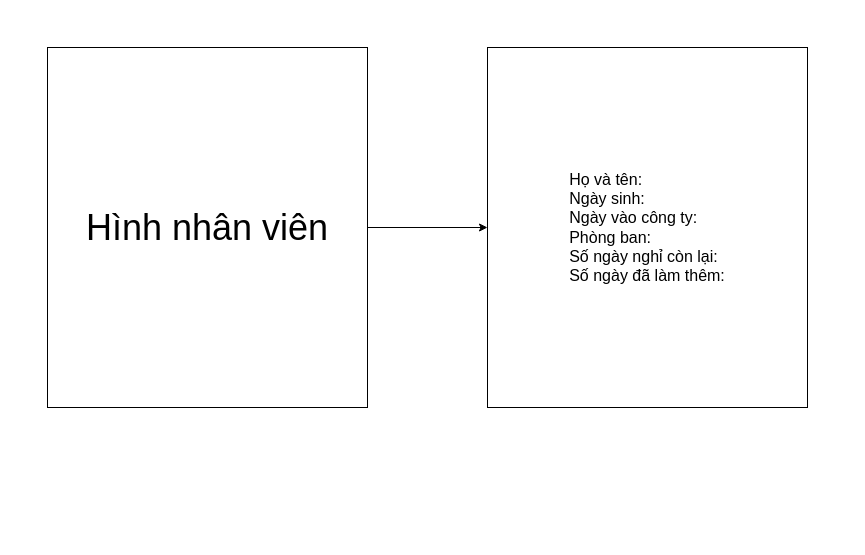
Before: page "Chi tiết Nhân viên" (4 of 4) of src/ASM2.drawio in lenhanhao209/FUNIX-ASM-REACT, a draw.io diagram. Source tidied: cells renumbered, new cells numbered last; positions are measured from the earlier drawing's top-left corner, leaving out a move shared by most shapes. Both pictures are drawn from the tidied source at 100%, with x=0, y=0 at pixel (47, 47).
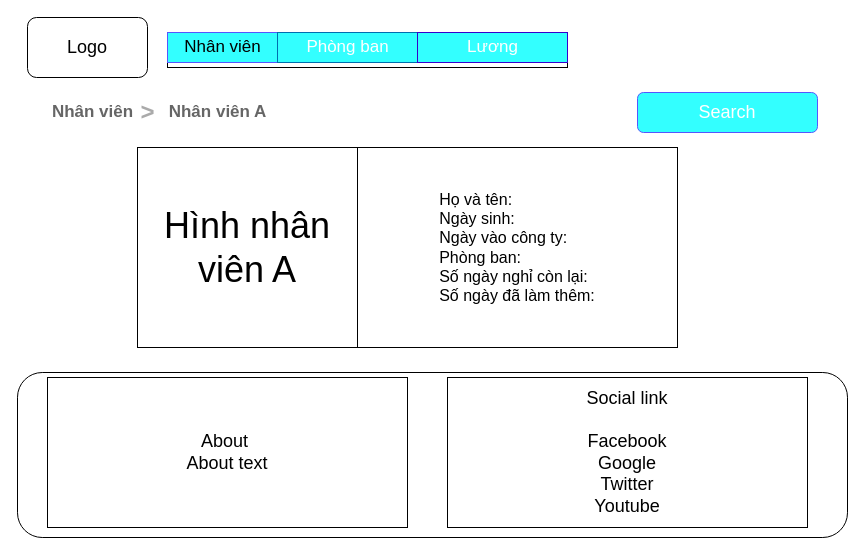
The same page after the edit.

Change to the diagram source:
```diff
@@
-    <mxCell id="2" style="edgeStyle=none;html=1;exitX=1;exitY=0.5;exitDx=0;exitDy=0;entryX=0;entryY=0.5;entryDx=0;entryDy=0;fontSize=18;" parent="1" edge="1" source="3" target="4">
-      <mxGeometry relative="1" as="geometry" />
-    </mxCell>
-    <mxCell id="3" value="&lt;font style=&quot;font-size: 36px&quot;&gt;Hình nhân viên&lt;/font&gt;" style="rounded=0;whiteSpace=wrap;html=1;" parent="1" vertex="1">
-      <mxGeometry width="320" height="360" as="geometry" />
+    <mxCell id="3" value="&lt;font style=&quot;font-size: 36px&quot;&gt;Hình nhân viên A&lt;/font&gt;" style="rounded=0;whiteSpace=wrap;html=1;" parent="1" vertex="1">
+      <mxGeometry x="90" y="100" width="220" height="200" as="geometry" />
     </mxCell>
     <mxCell id="4" value="&lt;div style=&quot;text-align: left&quot;&gt;&lt;span style=&quot;font-size: medium&quot;&gt;Họ và tên:&lt;/span&gt;&lt;/div&gt;&lt;font size=&quot;3&quot;&gt;&lt;div style=&quot;text-align: left&quot;&gt;&lt;span&gt;Ngày sinh:&lt;/span&gt;&lt;/div&gt;&lt;div style=&quot;text-align: left&quot;&gt;&lt;span&gt;Ngày vào công ty:&lt;/span&gt;&lt;/div&gt;&lt;div style=&quot;text-align: left&quot;&gt;&lt;span&gt;Phòng ban:&lt;/span&gt;&lt;/div&gt;&lt;div style=&quot;text-align: left&quot;&gt;&lt;span&gt;Số ngày nghỉ còn lại:&lt;/span&gt;&lt;/div&gt;&lt;div style=&quot;text-align: left&quot;&gt;&lt;span&gt;Số ngày đã làm thêm:&lt;/span&gt;&lt;/div&gt;&lt;/font&gt;" style="rounded=0;whiteSpace=wrap;html=1;" parent="1" vertex="1">
-      <mxGeometry x="440" width="320" height="360" as="geometry" />
+      <mxGeometry x="310" y="100" width="320" height="200" as="geometry" />
     </mxCell>
+    <mxCell id="5" style="edgeStyle=none;html=1;fontSize=18;fontColor=#FFFFFF;" parent="1" edge="1">
+      <mxGeometry relative="1" as="geometry">
+        <mxPoint x="220" y="355" as="sourcePoint" />
+        <mxPoint x="220" y="355" as="targetPoint" />
+      </mxGeometry>
+    </mxCell>
+    <mxCell id="6" style="edgeStyle=none;html=1;fontSize=18;fontColor=#FFFFFF;" parent="1" edge="1">
+      <mxGeometry relative="1" as="geometry">
+        <mxPoint x="220" y="370" as="sourcePoint" />
+        <mxPoint x="220" y="370" as="targetPoint" />
+      </mxGeometry>
+    </mxCell>
+    <mxCell id="7" style="edgeStyle=none;html=1;fontSize=18;fontColor=#FFFFFF;" parent="1" edge="1">
+      <mxGeometry relative="1" as="geometry">
+        <mxPoint x="220" y="355" as="sourcePoint" />
+        <mxPoint x="220" y="355" as="targetPoint" />
+      </mxGeometry>
+    </mxCell>
+    <mxCell id="8" value="Logo" style="rounded=1;whiteSpace=wrap;html=1;fontSize=18;" parent="1" vertex="1">
+      <mxGeometry x="-20" y="-30" width="120" height="60" as="geometry" />
+    </mxCell>
+    <mxCell id="9" style="strokeWidth=1;shadow=0;dashed=0;align=center;html=1;shape=mxgraph.mockup.forms.rrect;rSize=0;fontSize=18;gradientColor=none;" parent="1" vertex="1">
+      <mxGeometry x="120" y="-15" width="400" height="35" as="geometry" />
+    </mxCell>
+    <mxCell id="10" value="Nhân viên" style="fillColor=#33FFFF;strokeWidth=1;shadow=0;dashed=0;align=center;html=1;shape=mxgraph.mockup.forms.rrect;rSize=0;fontSize=17;strokeColor=#5656FC;" parent="9" vertex="1">
+      <mxGeometry width="110" height="30" as="geometry" />
+    </mxCell>
+    <mxCell id="11" value="Phòng ban" style="strokeColor=#006EAF;fillColor=#33FFFF;strokeWidth=1;shadow=0;dashed=0;align=center;html=1;shape=mxgraph.mockup.forms.rrect;rSize=0;fontSize=17;fontColor=#ffffff;" parent="9" vertex="1">
+      <mxGeometry x="110" width="140" height="30" as="geometry" />
+    </mxCell>
+    <mxCell id="12" value="Lương" style="strokeColor=#3700CC;fillColor=#33FFFF;strokeWidth=1;shadow=0;dashed=0;align=center;html=1;shape=mxgraph.mockup.forms.rrect;rSize=0;fontSize=17;fontColor=#ffffff;" parent="9" vertex="1">
+      <mxGeometry x="250" width="150" height="30" as="geometry" />
+    </mxCell>
+    <mxCell id="13" style="edgeStyle=none;html=1;fontSize=18;" parent="9" edge="1" target="9">
+      <mxGeometry relative="1" as="geometry">
+        <mxPoint x="400" y="15" as="sourcePoint" />
+      </mxGeometry>
+    </mxCell>
+    <mxCell id="14" value="Nhân viên" style="strokeWidth=1;shadow=0;dashed=0;align=center;html=1;shape=mxgraph.mockup.navigation.anchor;fontSize=17;fontColor=#666666;fontStyle=1;fillColor=#33FFFF;" parent="1" vertex="1">
+      <mxGeometry y="50" width="90" height="30" as="geometry" />
+    </mxCell>
+    <mxCell id="15" value="&gt;" style="strokeWidth=1;shadow=0;dashed=0;align=center;html=1;shape=mxgraph.mockup.navigation.anchor;fontSize=24;fontColor=#aaaaaa;fontStyle=1;fillColor=#33FFFF;" parent="1" vertex="1">
+      <mxGeometry x="90" y="50" width="20" height="30" as="geometry" />
+    </mxCell>
+    <mxCell id="16" value="Search" style="rounded=1;whiteSpace=wrap;html=1;fontSize=18;fontColor=#FFFFFF;strokeColor=#5656FC;fillColor=#33FFFF;" parent="1" vertex="1">
+      <mxGeometry x="590" y="45" width="180" height="40" as="geometry" />
+    </mxCell>
+    <mxCell id="17" style="edgeStyle=none;html=1;fontSize=18;fontColor=#FFFFFF;" parent="1" edge="1">
+      <mxGeometry relative="1" as="geometry">
+        <mxPoint x="220" y="320" as="sourcePoint" />
+        <mxPoint x="220" y="320" as="targetPoint" />
+      </mxGeometry>
+    </mxCell>
+    <mxCell id="18" style="rounded=1;whiteSpace=wrap;html=1;fontSize=18;" parent="1" vertex="1">
+      <mxGeometry x="-30" y="325" width="830" height="165" as="geometry" />
+    </mxCell>
+    <mxCell id="19" value="About&amp;nbsp;&lt;br&gt;About text" style="rounded=0;whiteSpace=wrap;html=1;fontSize=18;" parent="1" vertex="1">
+      <mxGeometry y="330" width="360" height="150" as="geometry" />
+    </mxCell>
+    <mxCell id="20" value="Social link&lt;br&gt;&lt;br&gt;Facebook&lt;br&gt;Google&lt;br&gt;Twitter&lt;br&gt;Youtube&lt;br&gt;" style="rounded=0;whiteSpace=wrap;html=1;fontSize=18;" parent="1" vertex="1">
+      <mxGeometry x="400" y="330" width="360" height="150" as="geometry" />
+    </mxCell>
+    <mxCell id="21" value="Nhân viên A" style="strokeWidth=1;shadow=0;dashed=0;align=center;html=1;shape=mxgraph.mockup.navigation.anchor;fontSize=17;fontColor=#666666;fontStyle=1;fillColor=#33FFFF;" parent="1" vertex="1">
+      <mxGeometry x="120" y="50" width="100" height="30" as="geometry" />
+    </mxCell>
```
